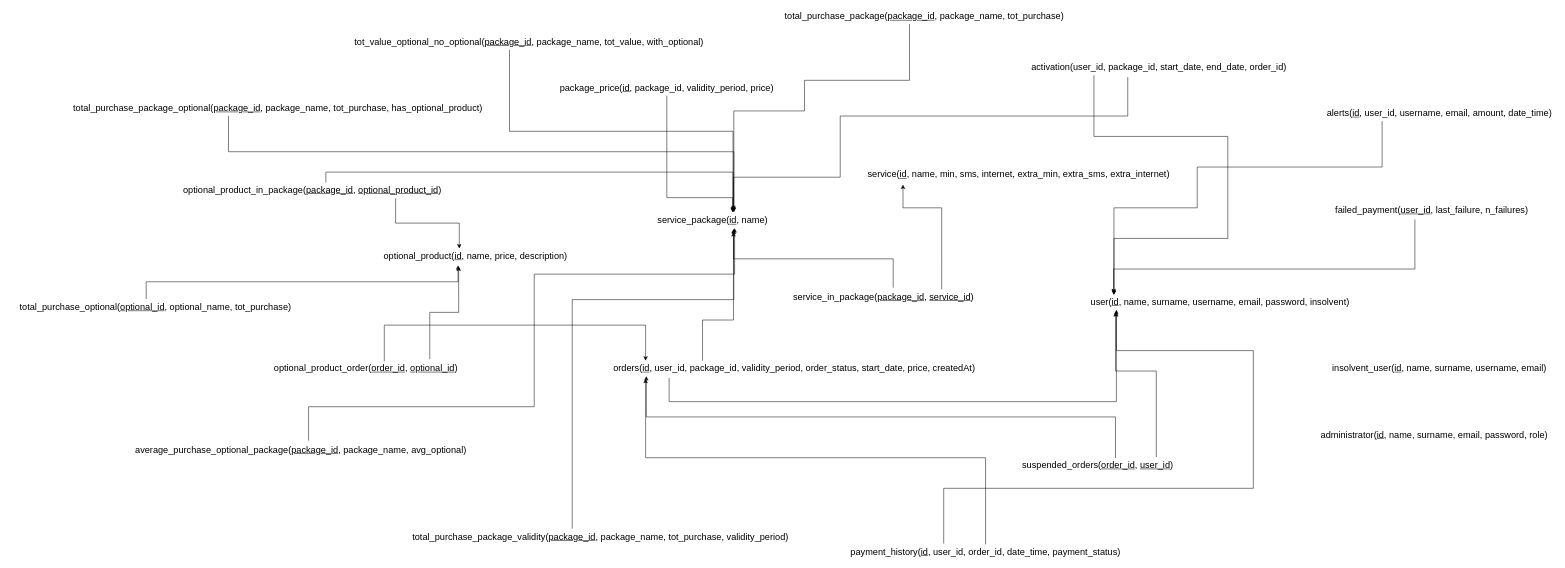
This is Diagrams/relational_model.drawio from matteovisotto/DB2-SirianiVisotto, a draw.io file, before an edit. Source tidied: cells renumbered, new cells numbered last; positions are measured from the earlier drawing's top-left corner, leaving out a move shared by most shapes. Both pictures are drawn from the tidied source at 51%, with x=0, y=0 at pixel (9, 9).
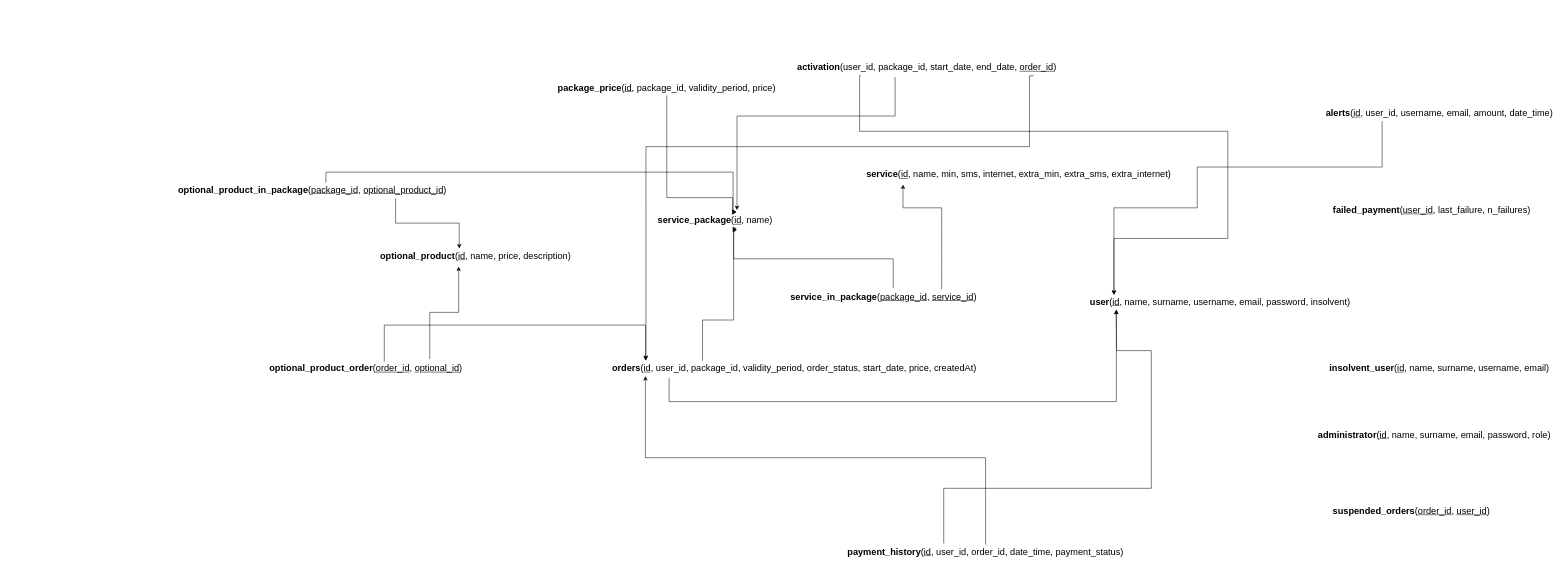
The same diagram, later.

Change to the diagram source:
```diff
@@
     <mxCell id="2" style="edgeStyle=orthogonalEdgeStyle;rounded=0;jettySize=auto;html=1;exitX=0.25;exitY=1;exitDx=0;exitDy=0;entryX=0.107;entryY=0.018;entryDx=0;entryDy=0;entryPerimeter=0;fontSize=18;" parent="1" edge="1" source="4" target="46">
       <mxGeometry relative="1" as="geometry">
         <Array as="points">
-          <mxPoint x="2128" y="250" />
-          <mxPoint x="2390" y="250" />
+          <mxPoint x="1668" y="240" />
+          <mxPoint x="2390" y="240" />
           <mxPoint x="2390" y="450" />
           <mxPoint x="2167" y="450" />
         </Array>
       </mxGeometry>
     </mxCell>
     <mxCell id="3" style="edgeStyle=orthogonalEdgeStyle;rounded=0;jettySize=auto;html=1;exitX=0.38;exitY=1.121;exitDx=0;exitDy=0;entryX=0.685;entryY=-0.187;entryDx=0;entryDy=0;entryPerimeter=0;fontSize=18;exitPerimeter=0;" parent="1" edge="1" source="4" target="32">
       <mxGeometry relative="1" as="geometry">
         <Array as="points">
-          <mxPoint x="2194" y="210" />
-          <mxPoint x="1630" y="210" />
-          <mxPoint x="1630" y="330" />
-          <mxPoint x="1421" y="330" />
+          <mxPoint x="1734" y="210" />
+          <mxPoint x="1421" y="210" />
         </Array>
       </mxGeometry>
     </mxCell>
+    <mxCell id="47" style="edgeStyle=orthogonalEdgeStyle;rounded=0;jettySize=auto;html=1;exitX=0.903;exitY=1.038;exitDx=0;exitDy=0;entryX=0.096;entryY=-0.057;entryDx=0;entryDy=0;entryPerimeter=0;exitPerimeter=0;" parent="1" edge="1" source="4" target="22">
+      <mxGeometry relative="1" as="geometry">
+        <Array as="points">
+          <mxPoint x="2001" y="270" />
+          <mxPoint x="1249" y="270" />
+        </Array>
+      </mxGeometry>
+    </mxCell>
-    <mxCell id="4" value="&lt;font style=&quot;font-size: 18px&quot;&gt;activation(user_id, package_id, start_date, end_date, order_id)&lt;/font&gt;" style="text;html=1;strokeColor=none;fillColor=none;align=center;verticalAlign=middle;whiteSpace=wrap;rounded=0;" parent="1" vertex="1">
-      <mxGeometry x="2000" y="100" width="510" height="30" as="geometry" />
+    <mxCell id="4" value="&lt;font style=&quot;font-size: 18px&quot;&gt;&lt;b&gt;activation&lt;/b&gt;(user_id, package_id, start_date, end_date, &lt;u&gt;order_id&lt;/u&gt;)&lt;/font&gt;" style="text;html=1;strokeColor=none;fillColor=none;align=center;verticalAlign=middle;whiteSpace=wrap;rounded=0;" parent="1" vertex="1">
+      <mxGeometry x="1540" y="100" width="520" height="30" as="geometry" />
     </mxCell>
-    <mxCell id="5" value="&lt;font style=&quot;font-size: 18px&quot;&gt;administrator(&lt;u&gt;id&lt;/u&gt;, name, surname, email, password, role)&lt;/font&gt;" style="text;html=1;strokeColor=none;fillColor=none;align=center;verticalAlign=middle;whiteSpace=wrap;rounded=0;" parent="1" vertex="1">
+    <mxCell id="5" value="&lt;font style=&quot;font-size: 18px&quot;&gt;&lt;b&gt;administrator&lt;/b&gt;(&lt;u&gt;id&lt;/u&gt;, name, surname, email, password, role)&lt;/font&gt;" style="text;html=1;strokeColor=none;fillColor=none;align=center;verticalAlign=middle;whiteSpace=wrap;rounded=0;" parent="1" vertex="1">
       <mxGeometry x="2560" y="820" width="470" height="30" as="geometry" />
     </mxCell>
@@
-    <mxCell id="7" value="&lt;font style=&quot;font-size: 18px&quot;&gt;alerts(&lt;u&gt;id&lt;/u&gt;, user_id, username, email, amount, date_time)&lt;/font&gt;" style="text;html=1;strokeColor=none;fillColor=none;align=center;verticalAlign=middle;whiteSpace=wrap;rounded=0;" parent="1" vertex="1">
+    <mxCell id="7" value="&lt;font style=&quot;font-size: 18px&quot;&gt;&lt;b&gt;alerts&lt;/b&gt;(&lt;u&gt;id&lt;/u&gt;, user_id, username, email, amount, date_time)&lt;/font&gt;" style="text;html=1;strokeColor=none;fillColor=none;align=center;verticalAlign=middle;whiteSpace=wrap;rounded=0;" parent="1" vertex="1">
       <mxGeometry x="2580" y="190" width="450" height="30" as="geometry" />
     </mxCell>
-    <mxCell id="8" style="edgeStyle=orthogonalEdgeStyle;rounded=0;jettySize=auto;html=1;exitX=0.522;exitY=-0.11;exitDx=0;exitDy=0;entryX=0.695;entryY=0.992;entryDx=0;entryDy=0;entryPerimeter=0;fontSize=18;exitPerimeter=0;" parent="1" edge="1" source="9" target="32">
-      <mxGeometry relative="1" as="geometry">
-        <Array as="points">
-          <mxPoint x="588" y="780" />
-          <mxPoint x="1030" y="780" />
-          <mxPoint x="1030" y="520" />
-          <mxPoint x="1423" y="520" />
-        </Array>
-      </mxGeometry>
-    </mxCell>
-    <mxCell id="9" value="&lt;font style=&quot;font-size: 18px&quot;&gt;average_purchase_optional_package(&lt;u&gt;package_id&lt;/u&gt;, package_name, avg_optional)&lt;/font&gt;" style="text;html=1;strokeColor=none;fillColor=none;align=center;verticalAlign=middle;whiteSpace=wrap;rounded=0;" parent="1" vertex="1">
-      <mxGeometry x="230" y="850" width="685" height="30" as="geometry" />
-    </mxCell>
-    <mxCell id="10" style="edgeStyle=orthogonalEdgeStyle;rounded=0;jettySize=auto;html=1;exitX=0.421;exitY=1.095;exitDx=0;exitDy=0;entryX=0.106;entryY=-0.085;entryDx=0;entryDy=0;entryPerimeter=0;fontSize=18;exitPerimeter=0;" parent="1" edge="1" source="11" target="46">
-      <mxGeometry relative="1" as="geometry">
-        <Array as="points">
-          <mxPoint x="2757" y="510" />
-          <mxPoint x="2166" y="510" />
-        </Array>
-      </mxGeometry>
-    </mxCell>
-    <mxCell id="11" value="&lt;font style=&quot;font-size: 18px&quot;&gt;failed_payment(&lt;u&gt;user_id&lt;/u&gt;, last_failure, n_failures)&lt;/font&gt;" style="text;html=1;strokeColor=none;fillColor=none;align=center;verticalAlign=middle;whiteSpace=wrap;rounded=0;" parent="1" vertex="1">
+    <mxCell id="11" value="&lt;font style=&quot;font-size: 18px&quot;&gt;&lt;b&gt;failed_payment&lt;/b&gt;(&lt;u&gt;user_id&lt;/u&gt;, last_failure, n_failures)&lt;/font&gt;" style="text;html=1;strokeColor=none;fillColor=none;align=center;verticalAlign=middle;whiteSpace=wrap;rounded=0;" parent="1" vertex="1">
       <mxGeometry x="2580" y="380" width="420" height="30" as="geometry" />
     </mxCell>
-    <mxCell id="12" value="&lt;font style=&quot;font-size: 18px&quot;&gt;insolvent_user(&lt;u&gt;id&lt;/u&gt;, name, surname, username, email)&lt;/font&gt;" style="text;html=1;strokeColor=none;fillColor=none;align=center;verticalAlign=middle;whiteSpace=wrap;rounded=0;" parent="1" vertex="1">
+    <mxCell id="12" value="&lt;font style=&quot;font-size: 18px&quot;&gt;&lt;b&gt;insolvent_user&lt;/b&gt;(&lt;u&gt;id&lt;/u&gt;, name, surname, username, email)&lt;/font&gt;" style="text;html=1;strokeColor=none;fillColor=none;align=center;verticalAlign=middle;whiteSpace=wrap;rounded=0;" parent="1" vertex="1">
       <mxGeometry x="2575" y="690" width="460" height="30" as="geometry" />
     </mxCell>
-    <mxCell id="13" value="&lt;font style=&quot;font-size: 18px&quot;&gt;optional_product(&lt;u&gt;id&lt;/u&gt;, name, price, description)&lt;/font&gt;" style="text;html=1;strokeColor=none;fillColor=none;align=center;verticalAlign=middle;whiteSpace=wrap;rounded=0;" parent="1" vertex="1">
+    <mxCell id="13" value="&lt;font style=&quot;font-size: 18px&quot;&gt;&lt;b&gt;optional_product&lt;/b&gt;(&lt;u&gt;id&lt;/u&gt;, name, price, description)&lt;/font&gt;" style="text;html=1;strokeColor=none;fillColor=none;align=center;verticalAlign=middle;whiteSpace=wrap;rounded=0;" parent="1" vertex="1">
       <mxGeometry x="720" y="470" width="390" height="30" as="geometry" />
     </mxCell>
@@
-    <mxCell id="16" value="&lt;font style=&quot;font-size: 18px&quot;&gt;optional_product_in_package(&lt;u&gt;package_id&lt;/u&gt;, &lt;u&gt;optional_product_id&lt;/u&gt;)&lt;/font&gt;" style="text;html=1;strokeColor=none;fillColor=none;align=center;verticalAlign=middle;whiteSpace=wrap;rounded=0;" parent="1" vertex="1">
+    <mxCell id="16" value="&lt;font style=&quot;font-size: 18px&quot;&gt;&lt;b&gt;optional_product_in_package&lt;/b&gt;(&lt;u&gt;package_id&lt;/u&gt;, &lt;u&gt;optional_product_id&lt;/u&gt;)&lt;/font&gt;" style="text;html=1;strokeColor=none;fillColor=none;align=center;verticalAlign=middle;whiteSpace=wrap;rounded=0;" parent="1" vertex="1">
       <mxGeometry x="330" y="340" width="530" height="30" as="geometry" />
     </mxCell>
@@
-    <mxCell id="19" value="&lt;font style=&quot;font-size: 18px&quot;&gt;optional_product_order(&lt;u&gt;order_id&lt;/u&gt;, &lt;u&gt;optional_id&lt;/u&gt;)&lt;/font&gt;" style="text;html=1;strokeColor=none;fillColor=none;align=center;verticalAlign=middle;whiteSpace=wrap;rounded=0;" parent="1" vertex="1">
+    <mxCell id="19" value="&lt;font style=&quot;font-size: 18px&quot;&gt;&lt;b&gt;optional_product_order&lt;/b&gt;(&lt;u&gt;order_id&lt;/u&gt;, &lt;u&gt;optional_id&lt;/u&gt;)&lt;/font&gt;" style="text;html=1;strokeColor=none;fillColor=none;align=center;verticalAlign=middle;whiteSpace=wrap;rounded=0;" parent="1" vertex="1">
       <mxGeometry x="500" y="690" width="400" height="30" as="geometry" />
     </mxCell>
-    <mxCell id="20" style="edgeStyle=orthogonalEdgeStyle;rounded=0;jettySize=auto;html=1;exitX=0.25;exitY=0;exitDx=0;exitDy=0;entryX=0.685;entryY=1.249;entryDx=0;entryDy=0;entryPerimeter=0;fontSize=18;" parent="1" edge="1" source="22" target="32">
+    <mxCell id="20" style="edgeStyle=orthogonalEdgeStyle;rounded=0;jettySize=auto;html=1;exitX=0.25;exitY=0;exitDx=0;exitDy=0;fontSize=18;entryX=0.684;entryY=1.133;entryDx=0;entryDy=0;entryPerimeter=0;" parent="1" edge="1" source="22" target="32">
       <mxGeometry relative="1" as="geometry">
         <Array as="points">
           <mxPoint x="1360" y="610" />
           <mxPoint x="1421" y="610" />
         </Array>
       </mxGeometry>
     </mxCell>
@@
-    <mxCell id="22" value="&lt;font style=&quot;font-size: 18px&quot;&gt;orders(&lt;u&gt;id&lt;/u&gt;, user_id, package_id, validity_period, order_status, start_date, price, createdAt)&lt;/font&gt;" style="text;html=1;strokeColor=none;fillColor=none;align=center;verticalAlign=middle;whiteSpace=wrap;rounded=0;" parent="1" vertex="1">
+    <mxCell id="22" value="&lt;font style=&quot;font-size: 18px&quot;&gt;&lt;b&gt;orders&lt;/b&gt;(&lt;u&gt;id&lt;/u&gt;, user_id, package_id, validity_period, order_status, start_date, price, createdAt)&lt;/font&gt;" style="text;html=1;strokeColor=none;fillColor=none;align=center;verticalAlign=middle;whiteSpace=wrap;rounded=0;" parent="1" vertex="1">
       <mxGeometry x="1180" y="690" width="720" height="30" as="geometry" />
     </mxCell>
@@
-    <mxCell id="24" value="&lt;font style=&quot;font-size: 18px&quot;&gt;package_price(&lt;u&gt;id&lt;/u&gt;, package_id, validity_period, price)&lt;/font&gt;" style="text;html=1;strokeColor=none;fillColor=none;align=center;verticalAlign=middle;whiteSpace=wrap;rounded=0;" parent="1" vertex="1">
+    <mxCell id="24" value="&lt;font style=&quot;font-size: 18px&quot;&gt;&lt;b&gt;package_price&lt;/b&gt;(&lt;u&gt;id&lt;/u&gt;, package_id, validity_period, price)&lt;/font&gt;" style="text;html=1;strokeColor=none;fillColor=none;align=center;verticalAlign=middle;whiteSpace=wrap;rounded=0;" parent="1" vertex="1">
       <mxGeometry x="1070" y="140" width="440" height="30" as="geometry" />
     </mxCell>
-    <mxCell id="25" style="edgeStyle=orthogonalEdgeStyle;rounded=0;jettySize=auto;html=1;exitX=0.5;exitY=0;exitDx=0;exitDy=0;entryX=0.095;entryY=1.172;entryDx=0;entryDy=0;entryPerimeter=0;fontSize=18;" parent="1" edge="1" source="27" target="22">
+    <mxCell id="25" style="edgeStyle=orthogonalEdgeStyle;rounded=0;jettySize=auto;html=1;exitX=0.5;exitY=0;exitDx=0;exitDy=0;fontSize=18;" parent="1" edge="1" source="27">
       <mxGeometry relative="1" as="geometry">
+        <mxPoint x="1248" y="720" as="targetPoint" />
         <Array as="points">
           <mxPoint x="1915" y="880" />
           <mxPoint x="1248" y="880" />
         </Array>
       </mxGeometry>
     </mxCell>
-    <mxCell id="26" style="edgeStyle=orthogonalEdgeStyle;rounded=0;jettySize=auto;html=1;exitX=0.356;exitY=-0.059;exitDx=0;exitDy=0;entryX=0.116;entryY=1.146;entryDx=0;entryDy=0;entryPerimeter=0;fontSize=18;exitPerimeter=0;" parent="1" edge="1" source="27" target="46">
+    <mxCell id="26" style="edgeStyle=orthogonalEdgeStyle;rounded=0;jettySize=auto;html=1;exitX=0.356;exitY=-0.059;exitDx=0;exitDy=0;fontSize=18;exitPerimeter=0;" parent="1" edge="1" source="27">
       <mxGeometry relative="1" as="geometry">
+        <mxPoint x="2171" y="590" as="targetPoint" />
         <Array as="points">
           <mxPoint x="1833" y="940" />
-          <mxPoint x="2440" y="940" />
-          <mxPoint x="2440" y="670" />
+          <mxPoint x="2240" y="940" />
+          <mxPoint x="2240" y="670" />
           <mxPoint x="2172" y="670" />
+          <mxPoint x="2172" y="590" />
         </Array>
       </mxGeometry>
     </mxCell>
-    <mxCell id="27" value="&lt;font style=&quot;font-size: 18px&quot;&gt;payment_history(&lt;u&gt;id&lt;/u&gt;, user_id, order_id, date_time, payment_status)&lt;/font&gt;" style="text;html=1;strokeColor=none;fillColor=none;align=center;verticalAlign=middle;whiteSpace=wrap;rounded=0;" parent="1" vertex="1">
+    <mxCell id="27" value="&lt;font style=&quot;font-size: 18px&quot;&gt;&lt;b&gt;payment_history&lt;/b&gt;(&lt;u&gt;id&lt;/u&gt;, user_id, order_id, date_time, payment_status)&lt;/font&gt;" style="text;html=1;strokeColor=none;fillColor=none;align=center;verticalAlign=middle;whiteSpace=wrap;rounded=0;" parent="1" vertex="1">
       <mxGeometry x="1630" y="1050" width="570" height="30" as="geometry" />
     </mxCell>
-    <mxCell id="28" value="&lt;font style=&quot;font-size: 18px&quot;&gt;service(&lt;u&gt;id&lt;/u&gt;, name, min, sms, internet, extra_min, extra_sms, extra_internet)&lt;/font&gt;" style="text;html=1;strokeColor=none;fillColor=none;align=center;verticalAlign=middle;whiteSpace=wrap;rounded=0;" parent="1" vertex="1">
+    <mxCell id="28" value="&lt;font style=&quot;font-size: 18px&quot;&gt;&lt;b&gt;service&lt;/b&gt;(&lt;u&gt;id&lt;/u&gt;, name, min, sms, internet, extra_min, extra_sms, extra_internet)&lt;/font&gt;" style="text;html=1;strokeColor=none;fillColor=none;align=center;verticalAlign=middle;whiteSpace=wrap;rounded=0;" parent="1" vertex="1">
       <mxGeometry x="1670" y="310" width="620" height="30" as="geometry" />
     </mxCell>
@@
-    <mxCell id="31" value="&lt;font style=&quot;font-size: 18px&quot;&gt;service_in_package(&lt;u&gt;package_id&lt;/u&gt;, &lt;u&gt;service_id&lt;/u&gt;)&lt;/font&gt;" style="text;html=1;strokeColor=none;fillColor=none;align=center;verticalAlign=middle;whiteSpace=wrap;rounded=0;" parent="1" vertex="1">
+    <mxCell id="31" value="&lt;font style=&quot;font-size: 18px&quot;&gt;&lt;b&gt;service_in_package&lt;/b&gt;(&lt;u&gt;package_id&lt;/u&gt;, &lt;u&gt;service_id&lt;/u&gt;)&lt;/font&gt;" style="text;html=1;strokeColor=none;fillColor=none;align=center;verticalAlign=middle;whiteSpace=wrap;rounded=0;" parent="1" vertex="1">
       <mxGeometry x="1530" y="550" width="370" height="30" as="geometry" />
     </mxCell>
-    <mxCell id="32" value="&lt;font style=&quot;font-size: 18px&quot;&gt;service_package(&lt;u&gt;id&lt;/u&gt;, name)&lt;/font&gt;" style="text;html=1;strokeColor=none;fillColor=none;align=center;verticalAlign=middle;whiteSpace=wrap;rounded=0;" parent="1" vertex="1">
-      <mxGeometry x="1270" y="400" width="220" height="30" as="geometry" />
+    <mxCell id="32" value="&lt;font style=&quot;font-size: 18px&quot;&gt;&lt;b&gt;service_package&lt;/b&gt;(&lt;u&gt;id&lt;/u&gt;, name)&lt;/font&gt;" style="text;html=1;strokeColor=none;fillColor=none;align=center;verticalAlign=middle;whiteSpace=wrap;rounded=0;" parent="1" vertex="1">
+      <mxGeometry x="1270" y="400" width="230" height="30" as="geometry" />
     </mxCell>
-    <mxCell id="33" style="edgeStyle=orthogonalEdgeStyle;rounded=0;jettySize=auto;html=1;exitX=0.87;exitY=-0.033;exitDx=0;exitDy=0;entryX=0.113;entryY=1.146;entryDx=0;entryDy=0;entryPerimeter=0;fontSize=18;exitPerimeter=0;" parent="1" edge="1" source="35" target="46">
-      <mxGeometry relative="1" as="geometry">
-        <Array as="points">
-          <mxPoint x="2250" y="710" />
-          <mxPoint x="2170" y="710" />
-        </Array>
-      </mxGeometry>
-    </mxCell>
-    <mxCell id="34" style="edgeStyle=orthogonalEdgeStyle;rounded=0;jettySize=auto;html=1;exitX=0.612;exitY=0.018;exitDx=0;exitDy=0;entryX=0.097;entryY=1;entryDx=0;entryDy=0;entryPerimeter=0;fontSize=18;exitPerimeter=0;" parent="1" edge="1" source="35" target="22">
-      <mxGeometry relative="1" as="geometry" />
-    </mxCell>
-    <mxCell id="35" value="&lt;font style=&quot;font-size: 18px&quot;&gt;suspended_orders(&lt;u&gt;order_id&lt;/u&gt;, &lt;u&gt;user_id&lt;/u&gt;)&lt;/font&gt;" style="text;html=1;strokeColor=none;fillColor=none;align=center;verticalAlign=middle;whiteSpace=wrap;rounded=0;" parent="1" vertex="1">
-      <mxGeometry x="1980" y="880" width="310" height="30" as="geometry" />
+    <mxCell id="35" value="&lt;font style=&quot;font-size: 18px&quot;&gt;&lt;b&gt;suspended_orders&lt;/b&gt;(&lt;u&gt;order_id&lt;/u&gt;, &lt;u&gt;user_id&lt;/u&gt;)&lt;/font&gt;" style="text;html=1;strokeColor=none;fillColor=none;align=center;verticalAlign=middle;whiteSpace=wrap;rounded=0;" parent="1" vertex="1">
+      <mxGeometry x="2590" y="970" width="320" height="30" as="geometry" />
     </mxCell>
-    <mxCell id="36" style="edgeStyle=orthogonalEdgeStyle;rounded=0;jettySize=auto;html=1;exitX=0.468;exitY=-0.033;exitDx=0;exitDy=0;entryX=0.412;entryY=1.092;entryDx=0;entryDy=0;entryPerimeter=0;fontSize=18;exitPerimeter=0;" parent="1" edge="1" source="37" target="13">
-      <mxGeometry relative="1" as="geometry" />
-    </mxCell>
-    <mxCell id="37" value="&lt;font style=&quot;font-size: 18px&quot;&gt;total_purchase_optional(&lt;u&gt;optional_id&lt;/u&gt;, optional_name, tot_purchase)&lt;/font&gt;" style="text;html=1;strokeColor=none;fillColor=none;align=center;verticalAlign=middle;whiteSpace=wrap;rounded=0;" parent="1" vertex="1">
-      <mxGeometry y="570" width="575" height="30" as="geometry" />
-    </mxCell>
-    <mxCell id="38" style="edgeStyle=orthogonalEdgeStyle;rounded=0;jettySize=auto;html=1;exitX=0.447;exitY=0.992;exitDx=0;exitDy=0;entryX=0.688;entryY=-0.033;entryDx=0;entryDy=0;entryPerimeter=0;fontSize=18;exitPerimeter=0;" parent="1" edge="1" source="39" target="32">
-      <mxGeometry relative="1" as="geometry">
-        <Array as="points">
-          <mxPoint x="1766" y="140" />
-          <mxPoint x="1560" y="140" />
-          <mxPoint x="1560" y="200" />
-          <mxPoint x="1421" y="200" />
-        </Array>
-      </mxGeometry>
-    </mxCell>
-    <mxCell id="39" value="&lt;font style=&quot;font-size: 18px&quot;&gt;total_purchase_package(&lt;u&gt;package_id&lt;/u&gt;, package_name, tot_purchase)&lt;/font&gt;" style="text;html=1;strokeColor=none;fillColor=none;align=center;verticalAlign=middle;whiteSpace=wrap;rounded=0;" parent="1" vertex="1">
-      <mxGeometry x="1520" width="550" height="30" as="geometry" />
-    </mxCell>
-    <mxCell id="40" style="edgeStyle=orthogonalEdgeStyle;rounded=0;jettySize=auto;html=1;exitX=0.381;exitY=0.992;exitDx=0;exitDy=0;entryX=0.688;entryY=-0.085;entryDx=0;entryDy=0;entryPerimeter=0;fontSize=18;exitPerimeter=0;" parent="1" edge="1" source="41" target="32">
-      <mxGeometry relative="1" as="geometry">
-        <Array as="points">
-          <mxPoint x="431" y="280" />
-          <mxPoint x="1421" y="280" />
-        </Array>
-      </mxGeometry>
-    </mxCell>
-    <mxCell id="41" value="&lt;font style=&quot;font-size: 18px&quot;&gt;total_purchase_package_optional(&lt;u&gt;package_id&lt;/u&gt;, package_name, tot_purchase, has_optional_product)&lt;/font&gt;" style="text;html=1;strokeColor=none;fillColor=none;align=center;verticalAlign=middle;whiteSpace=wrap;rounded=0;" parent="1" vertex="1">
-      <mxGeometry x="120" y="180" width="815" height="30" as="geometry" />
-    </mxCell>
-    <mxCell id="42" style="edgeStyle=orthogonalEdgeStyle;rounded=0;jettySize=auto;html=1;exitX=0.427;exitY=-0.033;exitDx=0;exitDy=0;entryX=0.688;entryY=1.095;entryDx=0;entryDy=0;entryPerimeter=0;fontSize=18;exitPerimeter=0;" parent="1" edge="1" source="43" target="32">
-      <mxGeometry relative="1" as="geometry">
-        <Array as="points">
-          <mxPoint x="1105" y="570" />
-          <mxPoint x="1421" y="570" />
-        </Array>
-      </mxGeometry>
-    </mxCell>
-    <mxCell id="43" value="&lt;font style=&quot;font-size: 18px&quot;&gt;total_purchase_package_validity(&lt;u&gt;package_id&lt;/u&gt;, package_name, tot_purchase, validity_period)&lt;/font&gt;" style="text;html=1;strokeColor=none;fillColor=none;align=center;verticalAlign=middle;whiteSpace=wrap;rounded=0;" parent="1" vertex="1">
-      <mxGeometry x="780" y="1020" width="760" height="30" as="geometry" />
-    </mxCell>
-    <mxCell id="44" style="edgeStyle=orthogonalEdgeStyle;rounded=0;jettySize=auto;html=1;exitX=0.445;exitY=1.018;exitDx=0;exitDy=0;entryX=0.681;entryY=-0.085;entryDx=0;entryDy=0;entryPerimeter=0;fontSize=18;exitPerimeter=0;" parent="1" edge="1" source="45" target="32">
-      <mxGeometry relative="1" as="geometry" />
-    </mxCell>
-    <mxCell id="45" value="&lt;font style=&quot;font-size: 18px&quot;&gt;tot_value_optional_no_optional(&lt;u&gt;package_id&lt;/u&gt;, package_name, tot_value, with_optional)&lt;/font&gt;" style="text;html=1;strokeColor=none;fillColor=none;align=center;verticalAlign=middle;whiteSpace=wrap;rounded=0;" parent="1" vertex="1">
-      <mxGeometry x="670" y="50" width="700" height="30" as="geometry" />
-    </mxCell>
-    <mxCell id="46" value="&lt;font style=&quot;font-size: 18px&quot;&gt;user(&lt;u&gt;id&lt;/u&gt;, name, surname, username, email, password, insolvent)&lt;/font&gt;" style="text;html=1;strokeColor=none;fillColor=none;align=center;verticalAlign=middle;whiteSpace=wrap;rounded=0;" parent="1" vertex="1">
+    <mxCell id="46" value="&lt;font style=&quot;font-size: 18px&quot;&gt;&lt;b&gt;user&lt;/b&gt;(&lt;u&gt;id&lt;/u&gt;, name, surname, username, email, password, insolvent)&lt;/font&gt;" style="text;html=1;strokeColor=none;fillColor=none;align=center;verticalAlign=middle;whiteSpace=wrap;rounded=0;" parent="1" vertex="1">
       <mxGeometry x="2110" y="560" width="530" height="30" as="geometry" />
     </mxCell>
```
